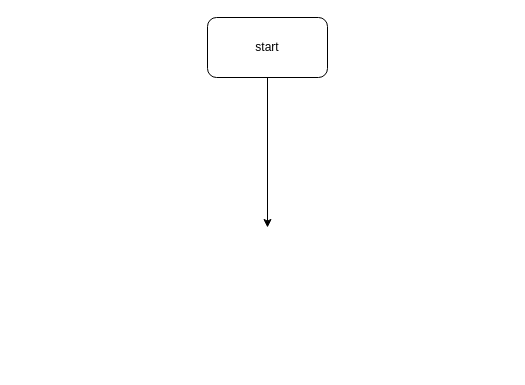
This is Untitled Diagram.drawio from cmalaga-code/kattis, a draw.io file, before an edit. Source tidied: cells renumbered, new cells numbered last; positions are measured from the earlier drawing's top-left corner, leaving out a move shared by most shapes. Both pictures are drawn from the tidied source at 100%, with x=0, y=0 at pixel (207, 17).
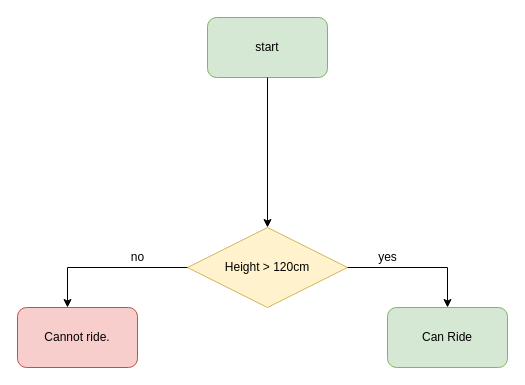
The same diagram, later.

Diff of the diagram source:
```diff
@@
 <mxGraphModel>
   <root>
     <mxCell id="0" />
     <mxCell id="1" parent="0" />
-    <mxCell id="2" value="start" style="rounded=1;whiteSpace=wrap;html=1;" parent="1" vertex="1">
+    <mxCell id="2" value="start" style="rounded=1;whiteSpace=wrap;html=1;fillColor=#d5e8d4;strokeColor=#82b366;" parent="1" vertex="1">
       <mxGeometry width="120" height="60" as="geometry" />
     </mxCell>
-    <mxCell id="3" style="endArrow=classic;html=1;rounded=0;" parent="1" edge="1" source="2">
-      <mxGeometry relative="1" as="geometry">
-        <mxPoint x="60" y="210" as="targetPoint" />
-      </mxGeometry>
+    <mxCell id="3" style="endArrow=classic;html=1;rounded=0;entryX=0.5;entryY=0;entryDx=0;entryDy=0;" parent="1" edge="1" source="2" target="4">
+      <mxGeometry relative="1" as="geometry" />
     </mxCell>
+    <mxCell id="4" value="Height &amp;gt; 120cm" style="rhombus;whiteSpace=wrap;html=1;fillColor=#fff2cc;strokeColor=#d6b656;" parent="1" vertex="1">
+      <mxGeometry x="-20" y="210" width="160" height="80" as="geometry" />
+    </mxCell>
+    <mxCell id="5" style="edgeStyle=segmentEdgeStyle;endArrow=classic;html=1;rounded=0;exitX=0;exitY=0.5;exitDx=0;exitDy=0;" parent="1" edge="1" source="4">
+      <mxGeometry relative="1" as="geometry">
+        <mxPoint x="-140" y="290" as="targetPoint" />
+      </mxGeometry>
+    </mxCell>
+    <mxCell id="6" style="edgeStyle=segmentEdgeStyle;endArrow=classic;html=1;rounded=0;exitX=1;exitY=0.5;exitDx=0;exitDy=0;" parent="1" edge="1" source="4">
+      <mxGeometry relative="1" as="geometry">
+        <mxPoint x="240" y="290" as="targetPoint" />
+      </mxGeometry>
+    </mxCell>
+    <mxCell id="7" value="Cannot ride." style="rounded=1;whiteSpace=wrap;html=1;fillColor=#f8cecc;strokeColor=#b85450;" parent="1" vertex="1">
+      <mxGeometry x="-190" y="290" width="120" height="60" as="geometry" />
+    </mxCell>
+    <mxCell id="8" value="Can Ride" style="rounded=1;whiteSpace=wrap;html=1;fillColor=#d5e8d4;strokeColor=#82b366;" parent="1" vertex="1">
+      <mxGeometry x="180" y="290" width="120" height="60" as="geometry" />
+    </mxCell>
+    <mxCell id="9" value="yes" style="text;html=1;align=center;verticalAlign=middle;strokeColor=none;fillColor=none;" parent="1" vertex="1">
+      <mxGeometry x="165" y="230" width="30" height="20" as="geometry" />
+    </mxCell>
+    <mxCell id="10" value="no" style="text;html=1;align=center;verticalAlign=middle;strokeColor=none;fillColor=none;" parent="1" vertex="1">
+      <mxGeometry x="-85" y="230" width="30" height="20" as="geometry" />
+    </mxCell>
   </root>
 </mxGraphModel>
```
